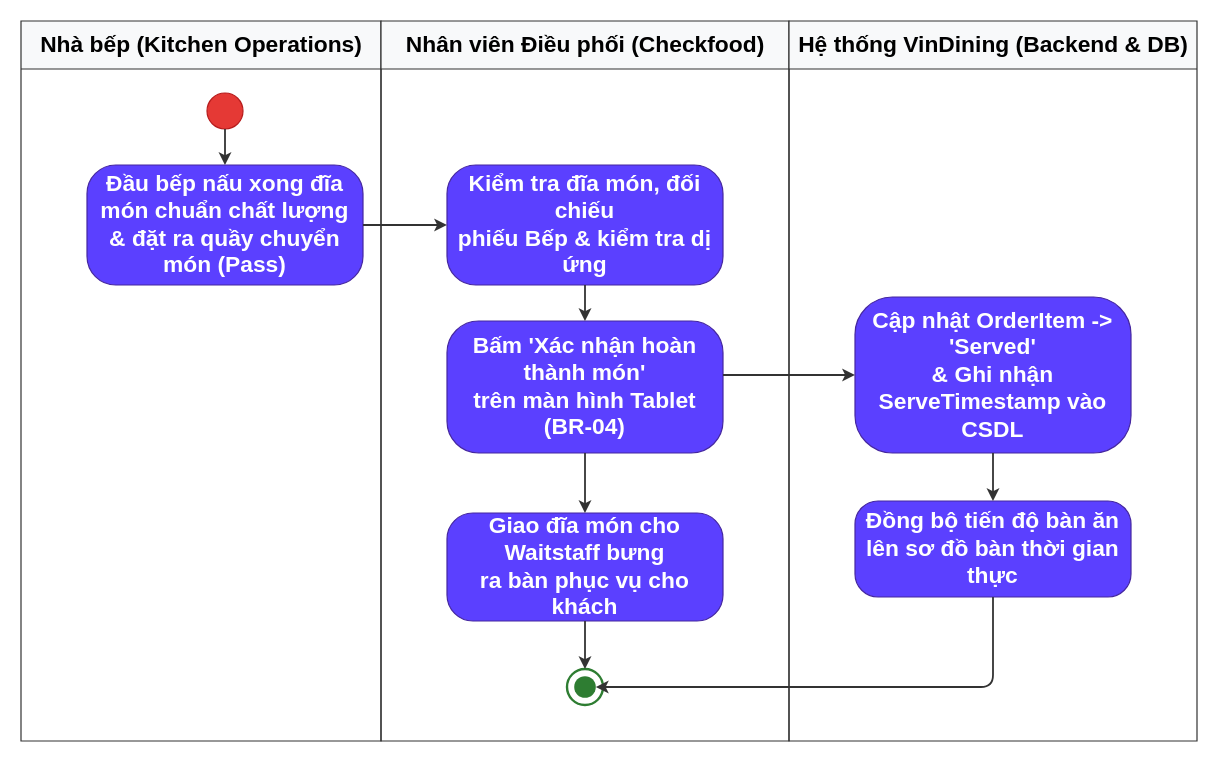
Before: docs/phase1/drawio/ad03_serving_confirmation.drawio in AndrewQng/VinDining, a draw.io diagram. Source tidied: cells renumbered, new cells numbered last; positions are measured from the earlier drawing's top-left corner, leaving out a move shared by most shapes. Both pictures are drawn from the tidied source at 120%, with x=0, y=0 at pixel (20, 20).
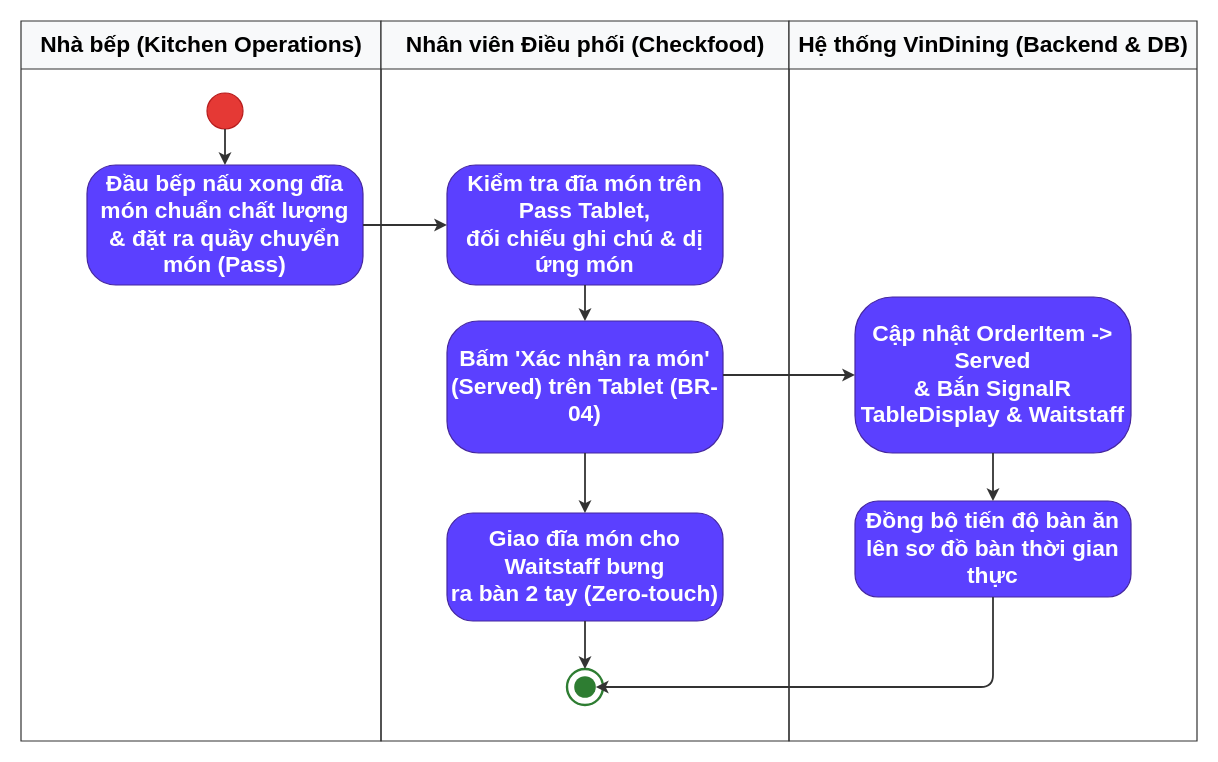
The same diagram, later.

The change refers to these unchanged cells:
```xml
<mxCell id="5" value="Nhân viên Điều phối (Checkfood)" style="swimlane;html=1;startSize=40;horizontal=1;fontStyle=1;fontSize=19;align=center;verticalAlign=middle;fillColor=#f8f9fa;strokeColor=#333333;swimlaneLine=1;" parent="1" vertex="1">
  <mxGeometry x="300" width="340" height="600" as="geometry" />
</mxCell>
<mxCell id="13" value="Hệ thống VinDining (Backend &amp;amp; DB)" style="swimlane;html=1;startSize=40;horizontal=1;fontStyle=1;fontSize=19;align=center;verticalAlign=middle;fillColor=#f8f9fa;strokeColor=#333333;swimlaneLine=1;" parent="1" vertex="1">
  <mxGeometry x="640" width="340" height="600" as="geometry" />
</mxCell>
```

The edit, as a diff of the source:
```diff
@@
-    <mxCell id="6" value="Kiểm tra đĩa món, đối chiếu&#10;phiếu Bếp &amp;amp; kiểm tra dị ứng" style="rounded=1;arcSize=24;whiteSpace=wrap;html=1;fillColor=#5b40ff;strokeColor=#4527a0;fontColor=#ffffff;fontStyle=1;fontSize=19;align=center;verticalAlign=middle;" parent="5" vertex="1">
+    <mxCell id="6" value="Kiểm tra đĩa món trên Pass Tablet,&#10;đối chiếu ghi chú &amp;amp; dị ứng món" style="rounded=1;arcSize=24;whiteSpace=wrap;html=1;fillColor=#5b40ff;strokeColor=#4527a0;fontColor=#ffffff;fontStyle=1;fontSize=19;align=center;verticalAlign=middle;" parent="5" vertex="1">
       <mxGeometry x="55" y="120" width="230" height="100" as="geometry" />
     </mxCell>
-    <mxCell id="7" value="Bấm 'Xác nhận hoàn thành món'&#10;trên màn hình Tablet (BR-04)" style="rounded=1;arcSize=24;whiteSpace=wrap;html=1;fillColor=#5b40ff;strokeColor=#4527a0;fontColor=#ffffff;fontStyle=1;fontSize=19;align=center;verticalAlign=middle;" parent="5" vertex="1">
+    <mxCell id="7" value="Bấm 'Xác nhận ra món'&#10;(Served) trên Tablet (BR-04)" style="rounded=1;arcSize=24;whiteSpace=wrap;html=1;fillColor=#5b40ff;strokeColor=#4527a0;fontColor=#ffffff;fontStyle=1;fontSize=19;align=center;verticalAlign=middle;" parent="5" vertex="1">
       <mxGeometry x="55" y="250" width="230" height="110" as="geometry" />
     </mxCell>
-    <mxCell id="8" value="Giao đĩa món cho Waitstaff bưng&#10;ra bàn phục vụ cho khách" style="rounded=1;arcSize=24;whiteSpace=wrap;html=1;fillColor=#5b40ff;strokeColor=#4527a0;fontColor=#ffffff;fontStyle=1;fontSize=19;align=center;verticalAlign=middle;" parent="5" vertex="1">
+    <mxCell id="8" value="Giao đĩa món cho Waitstaff bưng&#10;ra bàn 2 tay (Zero-touch)" style="rounded=1;arcSize=24;whiteSpace=wrap;html=1;fillColor=#5b40ff;strokeColor=#4527a0;fontColor=#ffffff;fontStyle=1;fontSize=19;align=center;verticalAlign=middle;" parent="5" vertex="1">
       <mxGeometry x="55" y="410" width="230" height="90" as="geometry" />
     </mxCell>
@@
-    <mxCell id="14" value="Cập nhật OrderItem -&amp;gt; 'Served'&#10;&amp;amp; Ghi nhận ServeTimestamp vào CSDL" style="rounded=1;arcSize=24;whiteSpace=wrap;html=1;fillColor=#5b40ff;strokeColor=#4527a0;fontColor=#ffffff;fontStyle=1;fontSize=19;align=center;verticalAlign=middle;" parent="13" vertex="1">
+    <mxCell id="14" value="Cập nhật OrderItem -&amp;gt; Served&#10;&amp;amp; Bắn SignalR TableDisplay &amp;amp; Waitstaff" style="rounded=1;arcSize=24;whiteSpace=wrap;html=1;fillColor=#5b40ff;strokeColor=#4527a0;fontColor=#ffffff;fontStyle=1;fontSize=19;align=center;verticalAlign=middle;" parent="13" vertex="1">
       <mxGeometry x="55" y="230" width="230" height="130" as="geometry" />
     </mxCell>
```
